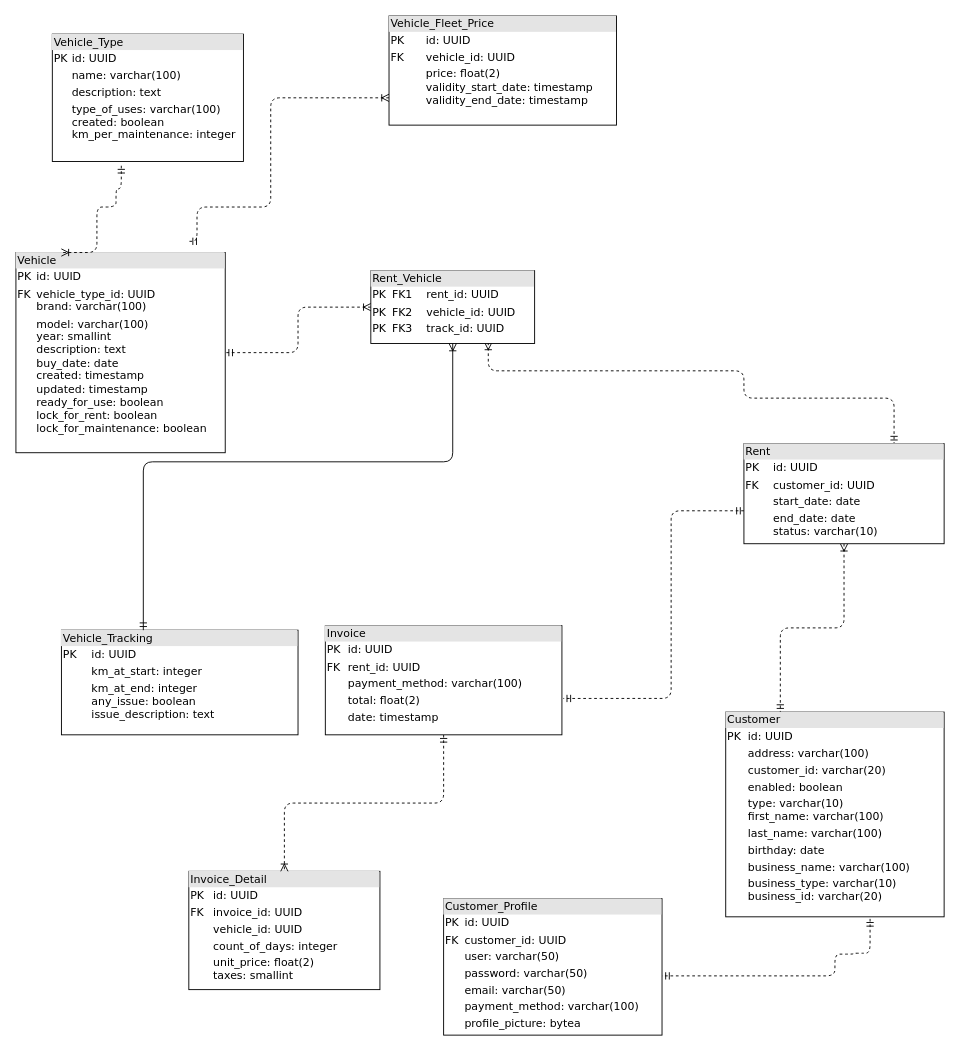
Earlier version of the draw.io diagram docs/ERD-vehicle-rent-application .drawio (leonardopaolini/ChangosRent). Source tidied: cells renumbered, new cells numbered last; positions are measured from the earlier drawing's top-left corner, leaving out a move shared by most shapes. Both pictures are drawn from the tidied source at 91%, with x=0, y=0 at pixel (15, 15).
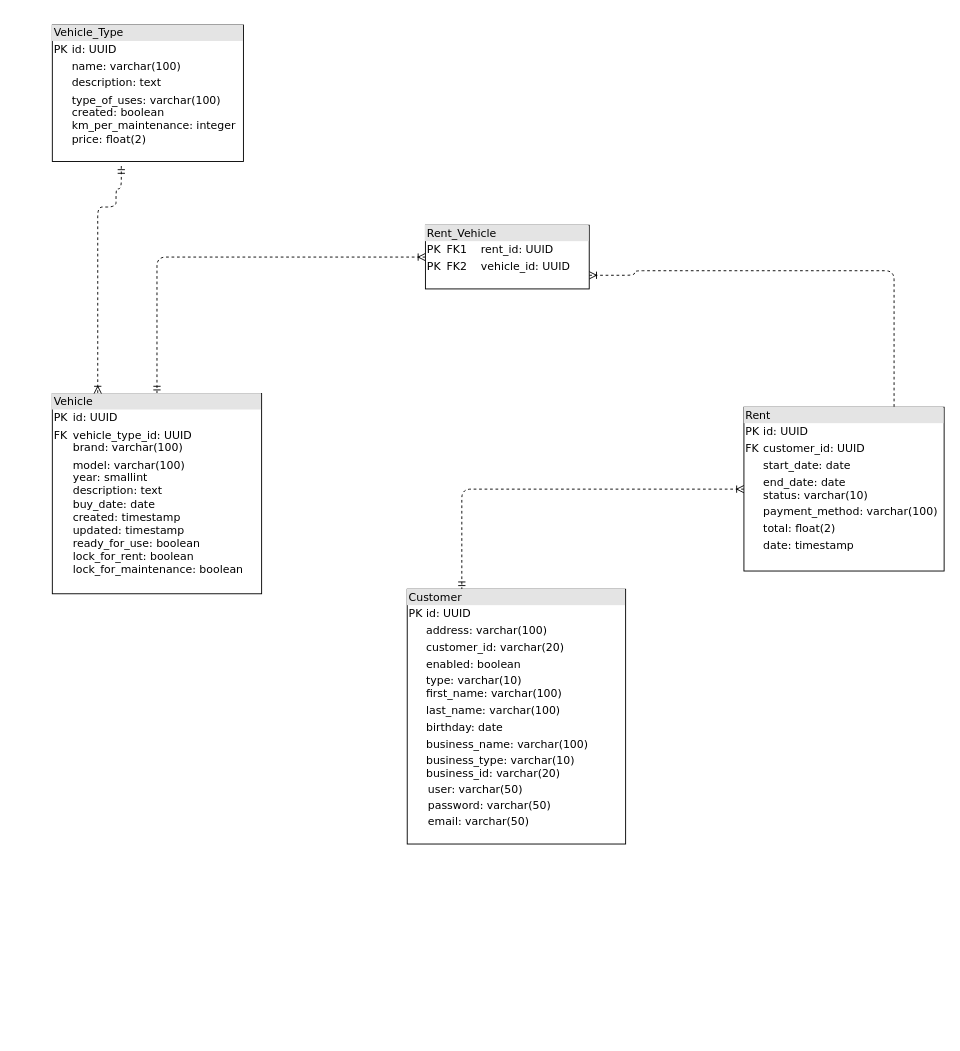
The same page after the edit.

Commit message (it also covers changes not shown here):
agrego modificaciones en diagramas ERD y UML

What changed in the source:
```diff
@@
-    <mxCell id="2" style="edgeStyle=orthogonalEdgeStyle;html=1;dashed=1;labelBackgroundColor=none;startArrow=ERoneToMany;endArrow=ERmandOne;fontFamily=Verdana;fontSize=12;align=left;entryX=0.75;entryY=0;exitX=0.717;exitY=0.985;exitDx=0;exitDy=0;exitPerimeter=0;entryDx=0;entryDy=0;endFill=0;startFill=0;" parent="1" edge="1" source="4" target="12">
+    <mxCell id="2" style="edgeStyle=orthogonalEdgeStyle;html=1;dashed=1;labelBackgroundColor=none;startArrow=ERoneToMany;endArrow=ERmandOne;fontFamily=Verdana;fontSize=12;align=left;entryX=0.75;entryY=0;exitX=1;exitY=0.5;exitDx=0;exitDy=0;entryDx=0;entryDy=0;endFill=0;startFill=0;" parent="1" edge="1">
       <mxGeometry relative="1" as="geometry">
+        <mxPoint x="630" y="285" as="sourcePoint" />
+        <mxPoint x="965" y="450" as="targetPoint" />
         <Array as="points">
-          <mxPoint x="519" y="390" />
-          <mxPoint x="800" y="390" />
-          <mxPoint x="800" y="420" />
-          <mxPoint x="965" y="420" />
+          <mxPoint x="680" y="285" />
+          <mxPoint x="680" y="280" />
+          <mxPoint x="965" y="280" />
         </Array>
       </mxGeometry>
     </mxCell>
@@
-    <mxCell id="4" value="&lt;div style=&quot;box-sizing: border-box ; width: 100% ; background: #e4e4e4 ; padding: 2px&quot;&gt;Rent_Vehicle&lt;/div&gt;&lt;table style=&quot;width: 100% ; font-size: 1em&quot; cellpadding=&quot;2&quot; cellspacing=&quot;0&quot;&gt;&lt;tbody&gt;&lt;tr&gt;&lt;td&gt;PK&lt;/td&gt;&lt;td&gt;FK1&amp;nbsp; &amp;nbsp; rent_id: UUID&lt;/td&gt;&lt;/tr&gt;&lt;tr&gt;&lt;td&gt;PK&lt;/td&gt;&lt;td&gt;FK2&amp;nbsp; &amp;nbsp; vehicle_id: UUID&lt;/td&gt;&lt;/tr&gt;&lt;tr&gt;&lt;td&gt;PK&lt;/td&gt;&lt;td&gt;FK3&amp;nbsp; &amp;nbsp; track_id: UUID&lt;/td&gt;&lt;/tr&gt;&lt;tr&gt;&lt;td&gt;&lt;br&gt;&lt;/td&gt;&lt;td&gt;&lt;br&gt;&lt;/td&gt;&lt;/tr&gt;&lt;tr&gt;&lt;td&gt;&lt;/td&gt;&lt;td&gt;&lt;br&gt;&lt;/td&gt;&lt;/tr&gt;&lt;tr&gt;&lt;td&gt;&lt;/td&gt;&lt;td&gt;&lt;br&gt;&lt;/td&gt;&lt;/tr&gt;&lt;/tbody&gt;&lt;/table&gt;" style="verticalAlign=top;align=left;overflow=fill;html=1;rounded=0;shadow=0;comic=0;labelBackgroundColor=none;strokeWidth=1;fontFamily=Verdana;fontSize=12;" parent="1" vertex="1">
-      <mxGeometry x="390" y="280" width="180" height="80" as="geometry" />
+    <mxCell id="4" value="&lt;div style=&quot;box-sizing: border-box ; width: 100% ; background: #e4e4e4 ; padding: 2px&quot;&gt;Rent_Vehicle&lt;/div&gt;&lt;table style=&quot;width: 100% ; font-size: 1em&quot; cellpadding=&quot;2&quot; cellspacing=&quot;0&quot;&gt;&lt;tbody&gt;&lt;tr&gt;&lt;td&gt;PK&lt;/td&gt;&lt;td&gt;FK1&amp;nbsp; &amp;nbsp; rent_id: UUID&lt;/td&gt;&lt;/tr&gt;&lt;tr&gt;&lt;td&gt;PK&lt;/td&gt;&lt;td&gt;FK2&amp;nbsp; &amp;nbsp; vehicle_id: UUID&lt;/td&gt;&lt;/tr&gt;&lt;tr&gt;&lt;td&gt;&lt;br&gt;&lt;/td&gt;&lt;td&gt;&lt;br&gt;&lt;/td&gt;&lt;/tr&gt;&lt;tr&gt;&lt;td&gt;&lt;br&gt;&lt;/td&gt;&lt;td&gt;&lt;br&gt;&lt;/td&gt;&lt;/tr&gt;&lt;tr&gt;&lt;td&gt;&lt;/td&gt;&lt;td&gt;&lt;br&gt;&lt;/td&gt;&lt;/tr&gt;&lt;tr&gt;&lt;td&gt;&lt;/td&gt;&lt;td&gt;&lt;br&gt;&lt;/td&gt;&lt;/tr&gt;&lt;/tbody&gt;&lt;/table&gt;" style="verticalAlign=top;align=left;overflow=fill;html=1;rounded=0;shadow=0;comic=0;labelBackgroundColor=none;strokeWidth=1;fontFamily=Verdana;fontSize=12;" parent="1" vertex="1">
+      <mxGeometry x="450" y="230" width="180" height="70" as="geometry" />
     </mxCell>
-    <mxCell id="5" value="&lt;div style=&quot;box-sizing: border-box ; width: 100% ; background: #e4e4e4 ; padding: 2px&quot;&gt;Vehicle_Type&lt;/div&gt;&lt;table style=&quot;width: 100% ; font-size: 1em&quot; cellpadding=&quot;2&quot; cellspacing=&quot;0&quot;&gt;&lt;tbody&gt;&lt;tr&gt;&lt;td&gt;PK&lt;/td&gt;&lt;td&gt;id: UUID&lt;/td&gt;&lt;/tr&gt;&lt;tr&gt;&lt;td&gt;&lt;br&gt;&lt;/td&gt;&lt;td&gt;name: varchar(100)&lt;/td&gt;&lt;/tr&gt;&lt;tr&gt;&lt;td&gt;&lt;/td&gt;&lt;td&gt;description: text&lt;/td&gt;&lt;/tr&gt;&lt;tr&gt;&lt;td&gt;&lt;br&gt;&lt;/td&gt;&lt;td&gt;type_of_uses: varchar(100)&lt;br&gt;created: boolean&lt;br&gt;km_per_maintenance: integer&lt;/td&gt;&lt;/tr&gt;&lt;/tbody&gt;&lt;/table&gt;" style="verticalAlign=top;align=left;overflow=fill;html=1;rounded=0;shadow=0;comic=0;labelBackgroundColor=none;strokeWidth=1;fontFamily=Verdana;fontSize=12;" parent="1" vertex="1">
-      <mxGeometry x="40" y="20" width="210" height="140" as="geometry" />
+    <mxCell id="5" value="&lt;div style=&quot;box-sizing: border-box ; width: 100% ; background: #e4e4e4 ; padding: 2px&quot;&gt;Vehicle_Type&lt;/div&gt;&lt;table style=&quot;width: 100% ; font-size: 1em&quot; cellpadding=&quot;2&quot; cellspacing=&quot;0&quot;&gt;&lt;tbody&gt;&lt;tr&gt;&lt;td&gt;PK&lt;/td&gt;&lt;td&gt;id: UUID&lt;/td&gt;&lt;/tr&gt;&lt;tr&gt;&lt;td&gt;&lt;br&gt;&lt;/td&gt;&lt;td&gt;name: varchar(100)&lt;/td&gt;&lt;/tr&gt;&lt;tr&gt;&lt;td&gt;&lt;/td&gt;&lt;td&gt;description: text&lt;/td&gt;&lt;/tr&gt;&lt;tr&gt;&lt;td&gt;&lt;br&gt;&lt;/td&gt;&lt;td&gt;type_of_uses: varchar(100)&lt;br&gt;created: boolean&lt;br&gt;km_per_maintenance: integer&lt;br&gt;price: float(2)&lt;/td&gt;&lt;/tr&gt;&lt;/tbody&gt;&lt;/table&gt;" style="verticalAlign=top;align=left;overflow=fill;html=1;rounded=0;shadow=0;comic=0;labelBackgroundColor=none;strokeWidth=1;fontFamily=Verdana;fontSize=12;" parent="1" vertex="1">
+      <mxGeometry x="40" y="10" width="210" height="150" as="geometry" />
     </mxCell>
-    <mxCell id="6" value="&lt;div style=&quot;box-sizing:border-box;width:100%;background:#e4e4e4;padding:2px;&quot;&gt;Vehicle_Tracking&lt;/div&gt;&lt;table style=&quot;width:100%;font-size:1em;&quot; cellpadding=&quot;2&quot; cellspacing=&quot;0&quot;&gt;&lt;tbody&gt;&lt;tr&gt;&lt;td&gt;PK&lt;/td&gt;&lt;td&gt;id: UUID&lt;/td&gt;&lt;/tr&gt;&lt;tr&gt;&lt;td&gt;&lt;br&gt;&lt;/td&gt;&lt;td&gt;km_at_start: integer&lt;/td&gt;&lt;/tr&gt;&lt;tr&gt;&lt;td&gt;&lt;/td&gt;&lt;td&gt;km_at_end: integer&lt;br&gt;any_issue: boolean&lt;br&gt;issue_description: text&lt;/td&gt;&lt;/tr&gt;&lt;/tbody&gt;&lt;/table&gt;" style="verticalAlign=top;align=left;overflow=fill;html=1;rounded=0;shadow=0;comic=0;labelBackgroundColor=none;strokeWidth=1;fontFamily=Verdana;fontSize=12;" parent="1" vertex="1">
-      <mxGeometry x="50" y="675" width="260" height="115" as="geometry" />
-    </mxCell>
-    <mxCell id="7" value="&lt;div style=&quot;box-sizing: border-box ; width: 100% ; background: #e4e4e4 ; padding: 2px&quot;&gt;Customer_Profile&lt;/div&gt;&lt;table style=&quot;width: 100% ; font-size: 1em&quot; cellpadding=&quot;2&quot; cellspacing=&quot;0&quot;&gt;&lt;tbody&gt;&lt;tr&gt;&lt;td&gt;PK&lt;/td&gt;&lt;td&gt;id: UUID&lt;/td&gt;&lt;/tr&gt;&lt;tr&gt;&lt;td&gt;FK&lt;/td&gt;&lt;td&gt;customer_id: UUID&lt;/td&gt;&lt;/tr&gt;&lt;tr&gt;&lt;td&gt;&lt;/td&gt;&lt;td&gt;user: varchar(50)&lt;/td&gt;&lt;/tr&gt;&lt;tr&gt;&lt;td&gt;&lt;br&gt;&lt;/td&gt;&lt;td&gt;password: varchar(50)&lt;br&gt;&lt;/td&gt;&lt;/tr&gt;&lt;tr&gt;&lt;td&gt;&lt;br&gt;&lt;/td&gt;&lt;td&gt;email: varchar(50)&lt;br&gt;&lt;/td&gt;&lt;/tr&gt;&lt;tr&gt;&lt;td&gt;&lt;br&gt;&lt;/td&gt;&lt;td&gt;payment_method: varchar(100)&lt;br&gt;&lt;/td&gt;&lt;/tr&gt;&lt;tr&gt;&lt;td&gt;&lt;br&gt;&lt;/td&gt;&lt;td&gt;profile_picture: bytea&lt;br&gt;&lt;/td&gt;&lt;/tr&gt;&lt;tr&gt;&lt;td&gt;&lt;br&gt;&lt;/td&gt;&lt;td&gt;&lt;br&gt;&lt;/td&gt;&lt;/tr&gt;&lt;tr&gt;&lt;td&gt;&lt;br&gt;&lt;/td&gt;&lt;td&gt;&lt;br&gt;&lt;/td&gt;&lt;/tr&gt;&lt;tr&gt;&lt;td&gt;&lt;br&gt;&lt;/td&gt;&lt;td&gt;&lt;br&gt;&lt;/td&gt;&lt;/tr&gt;&lt;/tbody&gt;&lt;/table&gt;" style="verticalAlign=top;align=left;overflow=fill;html=1;rounded=0;shadow=0;comic=0;labelBackgroundColor=none;strokeWidth=1;fontFamily=Verdana;fontSize=12;" parent="1" vertex="1">
-      <mxGeometry x="470" y="970" width="240" height="150" as="geometry" />
-    </mxCell>
-    <mxCell id="8" value="&lt;div style=&quot;box-sizing: border-box ; width: 100% ; background: #e4e4e4 ; padding: 2px&quot;&gt;Invoice_Detail&lt;/div&gt;&lt;table style=&quot;width: 100% ; font-size: 1em&quot; cellpadding=&quot;2&quot; cellspacing=&quot;0&quot;&gt;&lt;tbody&gt;&lt;tr&gt;&lt;td&gt;PK&lt;/td&gt;&lt;td&gt;id: UUID&lt;/td&gt;&lt;/tr&gt;&lt;tr&gt;&lt;td&gt;FK&lt;/td&gt;&lt;td&gt;invoice_id: UUID&lt;/td&gt;&lt;/tr&gt;&lt;tr&gt;&lt;td&gt;&lt;/td&gt;&lt;td&gt;vehicle_id: UUID&lt;/td&gt;&lt;/tr&gt;&lt;tr&gt;&lt;td&gt;&lt;br&gt;&lt;/td&gt;&lt;td&gt;count_of_days: integer&lt;/td&gt;&lt;/tr&gt;&lt;tr&gt;&lt;td&gt;&lt;br&gt;&lt;/td&gt;&lt;td&gt;unit_price: float(2)&lt;br&gt;taxes: smallint&lt;/td&gt;&lt;/tr&gt;&lt;/tbody&gt;&lt;/table&gt;" style="verticalAlign=top;align=left;overflow=fill;html=1;rounded=0;shadow=0;comic=0;labelBackgroundColor=none;strokeWidth=1;fontFamily=Verdana;fontSize=12;" parent="1" vertex="1">
-      <mxGeometry x="190" y="940" width="210" height="130" as="geometry" />
-    </mxCell>
-    <mxCell id="9" style="edgeStyle=orthogonalEdgeStyle;html=1;entryX=0.5;entryY=0;labelBackgroundColor=none;startArrow=ERmandOne;endArrow=ERoneToMany;fontFamily=Verdana;fontSize=12;align=left;dashed=1;" parent="1" edge="1" source="10" target="8">
-      <mxGeometry relative="1" as="geometry" />
-    </mxCell>
-    <mxCell id="10" value="&lt;div style=&quot;box-sizing: border-box ; width: 100% ; background: #e4e4e4 ; padding: 2px&quot;&gt;Invoice&lt;/div&gt;&lt;table style=&quot;width: 100% ; font-size: 1em&quot; cellpadding=&quot;2&quot; cellspacing=&quot;0&quot;&gt;&lt;tbody&gt;&lt;tr&gt;&lt;td&gt;PK&lt;/td&gt;&lt;td&gt;id: UUID&lt;/td&gt;&lt;/tr&gt;&lt;tr&gt;&lt;td&gt;FK&lt;/td&gt;&lt;td&gt;rent_id: UUID&lt;/td&gt;&lt;/tr&gt;&lt;tr&gt;&lt;td&gt;&lt;/td&gt;&lt;td&gt;payment_method: varchar(100)&lt;/td&gt;&lt;/tr&gt;&lt;tr&gt;&lt;td&gt;&lt;br&gt;&lt;/td&gt;&lt;td&gt;total: float(2)&lt;br&gt;&lt;/td&gt;&lt;/tr&gt;&lt;tr&gt;&lt;td&gt;&lt;br&gt;&lt;/td&gt;&lt;td&gt;date: timestamp&lt;br&gt;&lt;/td&gt;&lt;/tr&gt;&lt;tr&gt;&lt;td&gt;&lt;br&gt;&lt;/td&gt;&lt;td&gt;&lt;/td&gt;&lt;/tr&gt;&lt;/tbody&gt;&lt;/table&gt;" style="verticalAlign=top;align=left;overflow=fill;html=1;rounded=0;shadow=0;comic=0;labelBackgroundColor=none;strokeWidth=1;fontFamily=Verdana;fontSize=12;" parent="1" vertex="1">
-      <mxGeometry x="340" y="670" width="260" height="120" as="geometry" />
-    </mxCell>
@@
-    <mxCell id="12" value="&lt;div style=&quot;box-sizing: border-box ; width: 100% ; background: #e4e4e4 ; padding: 2px&quot;&gt;Rent&lt;/div&gt;&lt;table style=&quot;width: 100% ; font-size: 1em&quot; cellpadding=&quot;2&quot; cellspacing=&quot;0&quot;&gt;&lt;tbody&gt;&lt;tr&gt;&lt;td&gt;PK&lt;/td&gt;&lt;td&gt;id: UUID&lt;/td&gt;&lt;/tr&gt;&lt;tr&gt;&lt;td&gt;FK&lt;/td&gt;&lt;td&gt;customer_id: UUID&lt;/td&gt;&lt;/tr&gt;&lt;tr&gt;&lt;td&gt;&lt;/td&gt;&lt;td&gt;start_date: date&lt;/td&gt;&lt;/tr&gt;&lt;tr&gt;&lt;td&gt;&lt;br&gt;&lt;/td&gt;&lt;td&gt;end_date: date&lt;br&gt;status: varchar(10)&lt;/td&gt;&lt;/tr&gt;&lt;tr&gt;&lt;td&gt;&lt;br&gt;&lt;/td&gt;&lt;td&gt;&lt;br&gt;&lt;/td&gt;&lt;/tr&gt;&lt;tr&gt;&lt;td&gt;&lt;br&gt;&lt;/td&gt;&lt;td&gt;&lt;br&gt;&lt;/td&gt;&lt;/tr&gt;&lt;tr&gt;&lt;td&gt;&lt;br&gt;&lt;/td&gt;&lt;td&gt;&lt;br&gt;&lt;/td&gt;&lt;/tr&gt;&lt;tr&gt;&lt;td&gt;&lt;br&gt;&lt;/td&gt;&lt;td&gt;&lt;br&gt;&lt;/td&gt;&lt;/tr&gt;&lt;tr&gt;&lt;td&gt;&lt;br&gt;&lt;/td&gt;&lt;td&gt;&lt;br&gt;&lt;/td&gt;&lt;/tr&gt;&lt;tr&gt;&lt;td&gt;&lt;br&gt;&lt;/td&gt;&lt;td&gt;&lt;br&gt;&lt;/td&gt;&lt;/tr&gt;&lt;tr&gt;&lt;td&gt;&lt;br&gt;&lt;/td&gt;&lt;td&gt;&lt;br&gt;&lt;/td&gt;&lt;/tr&gt;&lt;tr&gt;&lt;td&gt;&lt;br&gt;&lt;/td&gt;&lt;td&gt;&lt;br&gt;&lt;/td&gt;&lt;/tr&gt;&lt;/tbody&gt;&lt;/table&gt;" style="verticalAlign=top;align=left;overflow=fill;html=1;rounded=0;shadow=0;comic=0;labelBackgroundColor=none;strokeWidth=1;fontFamily=Verdana;fontSize=12;" parent="1" vertex="1">
-      <mxGeometry x="800" y="470" width="220" height="110" as="geometry" />
+    <mxCell id="12" value="&lt;div style=&quot;box-sizing: border-box ; width: 100% ; background: #e4e4e4 ; padding: 2px&quot;&gt;Rent&lt;/div&gt;&lt;table style=&quot;width: 100% ; font-size: 1em&quot; cellpadding=&quot;2&quot; cellspacing=&quot;0&quot;&gt;&lt;tbody&gt;&lt;tr&gt;&lt;td&gt;PK&lt;/td&gt;&lt;td&gt;id: UUID&lt;/td&gt;&lt;/tr&gt;&lt;tr&gt;&lt;td&gt;FK&lt;/td&gt;&lt;td&gt;customer_id: UUID&lt;/td&gt;&lt;/tr&gt;&lt;tr&gt;&lt;td&gt;&lt;/td&gt;&lt;td&gt;start_date: date&lt;/td&gt;&lt;/tr&gt;&lt;tr&gt;&lt;td&gt;&lt;br&gt;&lt;/td&gt;&lt;td&gt;end_date: date&lt;br&gt;status: varchar(10)&lt;/td&gt;&lt;/tr&gt;&lt;tr&gt;&lt;td&gt;&lt;br&gt;&lt;/td&gt;&lt;td&gt;payment_method: varchar(100)&lt;br&gt;&lt;/td&gt;&lt;/tr&gt;&lt;tr&gt;&lt;td&gt;&lt;br&gt;&lt;/td&gt;&lt;td&gt;total: float(2)&lt;br&gt;&lt;/td&gt;&lt;/tr&gt;&lt;tr&gt;&lt;td&gt;&lt;br&gt;&lt;/td&gt;&lt;td&gt;date: timestamp&lt;br&gt;&lt;/td&gt;&lt;/tr&gt;&lt;tr&gt;&lt;td&gt;&lt;br&gt;&lt;/td&gt;&lt;td&gt;&lt;br&gt;&lt;/td&gt;&lt;/tr&gt;&lt;tr&gt;&lt;td&gt;&lt;br&gt;&lt;/td&gt;&lt;td&gt;&lt;br&gt;&lt;/td&gt;&lt;/tr&gt;&lt;tr&gt;&lt;td&gt;&lt;br&gt;&lt;/td&gt;&lt;td&gt;&lt;br&gt;&lt;/td&gt;&lt;/tr&gt;&lt;tr&gt;&lt;td&gt;&lt;br&gt;&lt;/td&gt;&lt;td&gt;&lt;br&gt;&lt;/td&gt;&lt;/tr&gt;&lt;tr&gt;&lt;td&gt;&lt;br&gt;&lt;/td&gt;&lt;td&gt;&lt;br&gt;&lt;/td&gt;&lt;/tr&gt;&lt;/tbody&gt;&lt;/table&gt;" style="verticalAlign=top;align=left;overflow=fill;html=1;rounded=0;shadow=0;comic=0;labelBackgroundColor=none;strokeWidth=1;fontFamily=Verdana;fontSize=12;" parent="1" vertex="1">
+      <mxGeometry x="800" y="430" width="220" height="180" as="geometry" />
     </mxCell>
     <mxCell id="13" value="&lt;div style=&quot;box-sizing:border-box;width:100%;background:#e4e4e4;padding:2px;&quot;&gt;Vehicle&lt;/div&gt;&lt;table style=&quot;width:100%;font-size:1em;&quot; cellpadding=&quot;2&quot; cellspacing=&quot;0&quot;&gt;&lt;tbody&gt;&lt;tr&gt;&lt;td&gt;PK&lt;/td&gt;&lt;td&gt;id: UUID&lt;/td&gt;&lt;/tr&gt;&lt;tr&gt;&lt;td&gt;FK&lt;br&gt;&lt;br&gt;&lt;/td&gt;&lt;td&gt;vehicle_type_id: UUID&lt;br&gt;brand: varchar(100)&lt;/td&gt;&lt;/tr&gt;&lt;tr&gt;&lt;td&gt;&lt;/td&gt;&lt;td&gt;model: varchar(100)&lt;br&gt;year: smallint&lt;br&gt;description: text&lt;br&gt;buy_date: date&lt;br&gt;created: timestamp&lt;br&gt;updated: timestamp&lt;br&gt;ready_for_use: boolean&lt;br&gt;lock_for_rent: boolean&lt;br&gt;lock_for_maintenance: boolean&lt;br&gt;&lt;br&gt;&lt;br&gt;&lt;/td&gt;&lt;/tr&gt;&lt;/tbody&gt;&lt;/table&gt;" style="verticalAlign=top;align=left;overflow=fill;html=1;rounded=0;shadow=0;comic=0;labelBackgroundColor=none;strokeWidth=1;fontFamily=Verdana;fontSize=12;" parent="1" vertex="1">
-      <mxGeometry y="260" width="230" height="220" as="geometry" />
+      <mxGeometry x="40" y="415" width="230" height="220" as="geometry" />
     </mxCell>
-    <mxCell id="14" value="&lt;div style=&quot;box-sizing: border-box ; width: 100% ; background: #e4e4e4 ; padding: 2px&quot;&gt;Customer&lt;/div&gt;&lt;table style=&quot;width: 100% ; font-size: 1em&quot; cellpadding=&quot;2&quot; cellspacing=&quot;0&quot;&gt;&lt;tbody&gt;&lt;tr&gt;&lt;td&gt;PK&lt;/td&gt;&lt;td&gt;id: UUID&lt;/td&gt;&lt;/tr&gt;&lt;tr&gt;&lt;td&gt;&lt;br&gt;&lt;/td&gt;&lt;td&gt;address: varchar(100)&lt;/td&gt;&lt;/tr&gt;&lt;tr&gt;&lt;td&gt;&lt;/td&gt;&lt;td&gt;customer_id: varchar(20)&lt;/td&gt;&lt;/tr&gt;&lt;tr&gt;&lt;td&gt;&lt;br&gt;&lt;/td&gt;&lt;td&gt;enabled: boolean&lt;br&gt;&lt;/td&gt;&lt;/tr&gt;&lt;tr&gt;&lt;td&gt;&lt;br&gt;&lt;br&gt;&lt;/td&gt;&lt;td&gt;type: varchar(10)&lt;br&gt;first_name: varchar(100)&lt;br&gt;&lt;/td&gt;&lt;/tr&gt;&lt;tr&gt;&lt;td&gt;&lt;br&gt;&lt;/td&gt;&lt;td&gt;last_name: varchar(100)&lt;br&gt;&lt;/td&gt;&lt;/tr&gt;&lt;tr&gt;&lt;td&gt;&lt;br&gt;&lt;/td&gt;&lt;td&gt;birthday: date&lt;br&gt;&lt;/td&gt;&lt;/tr&gt;&lt;tr&gt;&lt;td&gt;&lt;br&gt;&lt;/td&gt;&lt;td&gt;business_name: varchar(100)&lt;br&gt;&lt;/td&gt;&lt;/tr&gt;&lt;tr&gt;&lt;td&gt;&lt;br&gt;&lt;/td&gt;&lt;td&gt;business_type: varchar(10)&lt;br&gt;business_id: varchar(20)&lt;/td&gt;&lt;/tr&gt;&lt;tr&gt;&lt;td&gt;&lt;br&gt;&lt;/td&gt;&lt;td&gt;&lt;br&gt;&lt;/td&gt;&lt;/tr&gt;&lt;/tbody&gt;&lt;/table&gt;" style="verticalAlign=top;align=left;overflow=fill;html=1;rounded=0;shadow=0;comic=0;labelBackgroundColor=none;strokeWidth=1;fontFamily=Verdana;fontSize=12;" parent="1" vertex="1">
-      <mxGeometry x="780" y="765" width="240" height="225" as="geometry" />
+    <mxCell id="14" value="&lt;div style=&quot;box-sizing: border-box ; width: 100% ; background: #e4e4e4 ; padding: 2px&quot;&gt;Customer&lt;/div&gt;&lt;table style=&quot;width: 100% ; font-size: 1em&quot; cellpadding=&quot;2&quot; cellspacing=&quot;0&quot;&gt;&lt;tbody&gt;&lt;tr&gt;&lt;td&gt;PK&lt;/td&gt;&lt;td&gt;id: UUID&lt;/td&gt;&lt;/tr&gt;&lt;tr&gt;&lt;td&gt;&lt;br&gt;&lt;/td&gt;&lt;td&gt;address: varchar(100)&lt;/td&gt;&lt;/tr&gt;&lt;tr&gt;&lt;td&gt;&lt;/td&gt;&lt;td&gt;customer_id: varchar(20)&lt;/td&gt;&lt;/tr&gt;&lt;tr&gt;&lt;td&gt;&lt;br&gt;&lt;/td&gt;&lt;td&gt;enabled: boolean&lt;br&gt;&lt;/td&gt;&lt;/tr&gt;&lt;tr&gt;&lt;td&gt;&lt;br&gt;&lt;br&gt;&lt;/td&gt;&lt;td&gt;type: varchar(10)&lt;br&gt;first_name: varchar(100)&lt;br&gt;&lt;/td&gt;&lt;/tr&gt;&lt;tr&gt;&lt;td&gt;&lt;br&gt;&lt;/td&gt;&lt;td&gt;last_name: varchar(100)&lt;br&gt;&lt;/td&gt;&lt;/tr&gt;&lt;tr&gt;&lt;td&gt;&lt;br&gt;&lt;/td&gt;&lt;td&gt;birthday: date&lt;br&gt;&lt;/td&gt;&lt;/tr&gt;&lt;tr&gt;&lt;td&gt;&lt;br&gt;&lt;/td&gt;&lt;td&gt;business_name: varchar(100)&lt;br&gt;&lt;/td&gt;&lt;/tr&gt;&lt;tr&gt;&lt;td&gt;&lt;br&gt;&lt;/td&gt;&lt;td&gt;business_type: varchar(10)&lt;br&gt;business_id: varchar(20)&lt;br&gt;&lt;table style=&quot;font-size: 1em; width: 240px;&quot; cellpadding=&quot;2&quot; cellspacing=&quot;0&quot;&gt;&lt;tbody&gt;&lt;tr&gt;&lt;td&gt;user: varchar(50)&lt;/td&gt;&lt;/tr&gt;&lt;tr&gt;&lt;td&gt;password: varchar(50)&lt;span style=&quot;white-space: pre;&quot;&gt;&#9;&lt;/span&gt;&lt;span style=&quot;white-space: pre;&quot;&gt;&#9;&lt;/span&gt;&lt;span style=&quot;white-space: pre;&quot;&gt;&#9;&lt;/span&gt;&lt;span style=&quot;white-space: pre;&quot;&gt;&#9;&lt;/span&gt;&lt;br&gt;&lt;/td&gt;&lt;td&gt;&lt;br&gt;&lt;/td&gt;&lt;/tr&gt;&lt;tr&gt;&lt;td&gt;email: varchar(50)&lt;br&gt;&lt;/td&gt;&lt;td&gt;&lt;br&gt;&lt;/td&gt;&lt;/tr&gt;&lt;/tbody&gt;&lt;/table&gt;&lt;/td&gt;&lt;/tr&gt;&lt;tr&gt;&lt;td&gt;&lt;br&gt;&lt;/td&gt;&lt;td&gt;&lt;br&gt;&lt;/td&gt;&lt;/tr&gt;&lt;/tbody&gt;&lt;/table&gt;" style="verticalAlign=top;align=left;overflow=fill;html=1;rounded=0;shadow=0;comic=0;labelBackgroundColor=none;strokeWidth=1;fontFamily=Verdana;fontSize=12;" parent="1" vertex="1">
+      <mxGeometry x="430" y="630" width="240" height="280" as="geometry" />
     </mxCell>
-    <mxCell id="15" style="edgeStyle=orthogonalEdgeStyle;html=1;entryX=1;entryY=0.566;dashed=1;labelBackgroundColor=none;startArrow=ERmandOne;endArrow=ERmandOne;fontFamily=Verdana;fontSize=12;align=left;entryDx=0;entryDy=0;entryPerimeter=0;exitX=0.661;exitY=1.01;exitDx=0;exitDy=0;exitPerimeter=0;endFill=0;" parent="1" edge="1" source="14" target="7">
-      <mxGeometry relative="1" as="geometry">
-        <Array as="points">
-          <mxPoint x="929" y="1030" />
-          <mxPoint x="920" y="1030" />
-          <mxPoint x="920" y="1031" />
-          <mxPoint x="900" y="1031" />
-          <mxPoint x="900" y="1086" />
-        </Array>
-      </mxGeometry>
-    </mxCell>
-    <mxCell id="16" style="edgeStyle=orthogonalEdgeStyle;html=1;entryX=1.006;entryY=0.667;dashed=1;labelBackgroundColor=none;startArrow=ERmandOne;endArrow=ERmandOne;fontFamily=Verdana;fontSize=12;align=left;entryDx=0;entryDy=0;entryPerimeter=0;exitX=0;exitY=0.671;exitDx=0;exitDy=0;exitPerimeter=0;endFill=0;" parent="1" edge="1" source="12" target="10">
-      <mxGeometry relative="1" as="geometry">
-        <Array as="points">
-          <mxPoint x="720" y="544" />
-          <mxPoint x="720" y="750" />
-        </Array>
-      </mxGeometry>
-    </mxCell>
-    <mxCell id="17" style="edgeStyle=orthogonalEdgeStyle;html=1;labelBackgroundColor=none;startArrow=ERoneToMany;endArrow=ERmandOne;fontFamily=Verdana;fontSize=12;align=left;exitX=0.5;exitY=1;exitDx=0;exitDy=0;startFill=0;endFill=0;" parent="1" edge="1" source="4" target="6">
-      <mxGeometry relative="1" as="geometry">
-        <Array as="points">
-          <mxPoint x="480" y="490" />
-          <mxPoint x="140" y="490" />
-        </Array>
-      </mxGeometry>
-    </mxCell>
@@
-    <mxCell id="19" value="&lt;div style=&quot;box-sizing:border-box;width:100%;background:#e4e4e4;padding:2px;&quot;&gt;Vehicle_Fleet_Price&lt;/div&gt;&lt;table style=&quot;width:100%;font-size:1em;&quot; cellpadding=&quot;2&quot; cellspacing=&quot;0&quot;&gt;&lt;tbody&gt;&lt;tr&gt;&lt;td&gt;PK&lt;/td&gt;&lt;td&gt;id: UUID&lt;/td&gt;&lt;/tr&gt;&lt;tr&gt;&lt;td&gt;FK&lt;/td&gt;&lt;td&gt;vehicle_id: UUID&lt;/td&gt;&lt;/tr&gt;&lt;tr&gt;&lt;td&gt;&lt;span style=&quot;white-space: pre;&quot;&gt;&#9;&lt;/span&gt;&lt;/td&gt;&lt;td&gt;price: float(2)&lt;br&gt;validity_start_date: timestamp&lt;br&gt;validity_end_date: timestamp&lt;br&gt;&lt;br&gt;&lt;/td&gt;&lt;/tr&gt;&lt;/tbody&gt;&lt;/table&gt;" style="verticalAlign=top;align=left;overflow=fill;html=1;rounded=0;shadow=0;comic=0;labelBackgroundColor=none;strokeWidth=1;fontFamily=Verdana;fontSize=12;" parent="1" vertex="1">
-      <mxGeometry x="410" width="250" height="120" as="geometry" />
-    </mxCell>
-    <mxCell id="20" style="edgeStyle=orthogonalEdgeStyle;html=1;dashed=1;labelBackgroundColor=none;startArrow=ERoneToMany;endArrow=ERmandOne;fontFamily=Verdana;fontSize=12;align=left;startFill=0;endFill=0;entryX=0.828;entryY=-0.056;entryDx=0;entryDy=0;entryPerimeter=0;exitX=0;exitY=0.75;exitDx=0;exitDy=0;" parent="1" edge="1" source="19" target="13">
-      <mxGeometry relative="1" as="geometry">
-        <Array as="points">
-          <mxPoint x="280" y="90" />
-          <mxPoint x="280" y="210" />
-          <mxPoint x="199" y="210" />
-        </Array>
-      </mxGeometry>
-    </mxCell>
```
